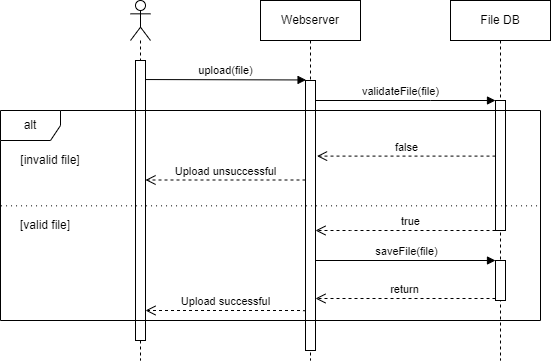
The draw.io diagram Diagrams/sequence/upload.png in rittakos/CreaTeam-ComputerSecurity, before a commit. Source tidied: cells renumbered, new cells last; positions are measured from the earlier drawing's top-left corner, leaving out a move shared by most shapes.
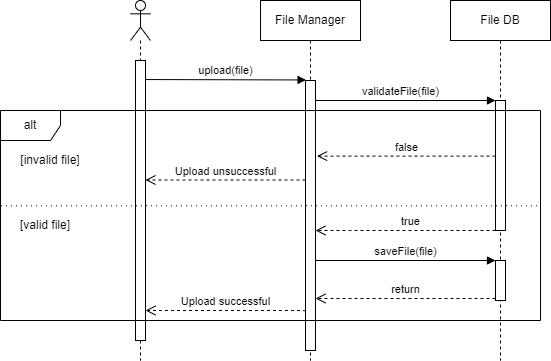
Above is the later version.

What changed in the source:
```diff
@@ -63,7 +63,7 @@
     <mxCell id="16" value="saveFile(file)" style="html=1;verticalAlign=bottom;endArrow=block;entryX=0;entryY=0;rounded=0;" parent="1" edge="1" source="18" target="7">
       <mxGeometry relative="1" as="geometry" />
     </mxCell>
-    <mxCell id="17" value="Webserver" style="shape=umlLifeline;perimeter=lifelinePerimeter;whiteSpace=wrap;html=1;" parent="1" vertex="1">
+    <mxCell id="17" value="File Manager" style="shape=umlLifeline;perimeter=lifelinePerimeter;whiteSpace=wrap;html=1;" parent="1" vertex="1">
       <mxGeometry x="260" width="100" height="360" as="geometry" />
     </mxCell>
     <mxCell id="18" style="html=1;points=[];perimeter=orthogonalPerimeter;" parent="17" vertex="1">
```
